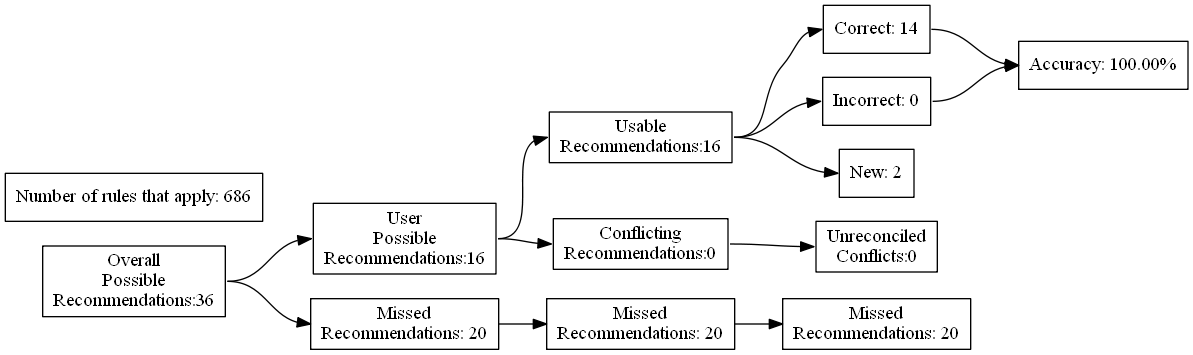
Before: test_renders/114.gv.png, a diagram exported from Graphviz (ZaxR/ibd_diet_analysis). Its source is kept beside it as test_renders/114.gv. The source it was exported from:
```dot
digraph {
	graph [rankdir=LR]
	node [pos=r shape=box]
	edge [headport=w tailport=e]
		A [label="Overall
Possible
Recommendations:36"]
		B [label="User
Possible
Recommendations:16"]
		C [label="Missed
Recommendations: 20"]
		D [label="Usable
Recommendations:16"]
		E [label="Conflicting
Recommendations:0"]
		J [label="Missed
Recommendations: 20"]
		M [label="Unreconciled
Conflicts:0"]
		F [label="Correct: 14"]
		G [label="Incorrect: 0"]
		H [label="New: 2"]
		K [label="Missed
Recommendations: 20"]
		I [label="Accuracy: 100.00%"]
		l [label="Number of rules that apply: 686"]
			A -> B
			A -> C
			B -> D
			B -> E
			D -> F
			D -> G
			D -> H
			F -> I
			G -> I
			C -> J
			J -> K
			E -> M
}
```
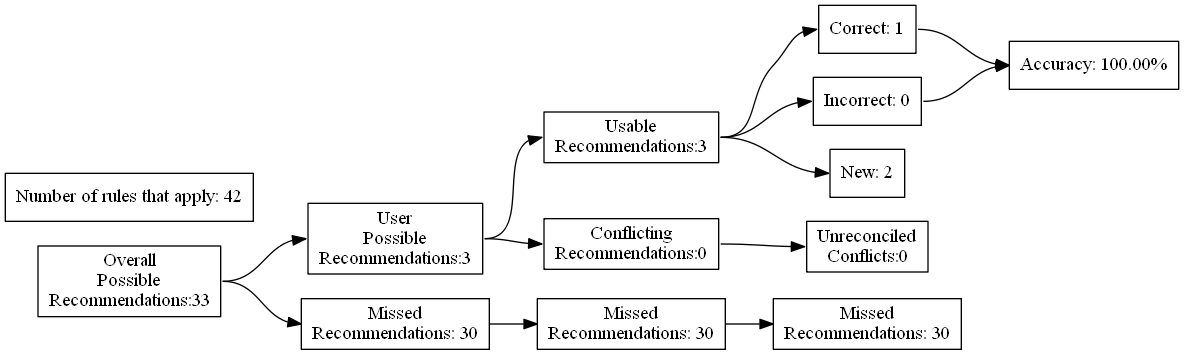
Above is the later version.

Diff of the diagram source:
```diff
@@ -4,27 +4,27 @@
 	edge [headport=w tailport=e]
 		A [label="Overall
 Possible
-Recommendations:36"]
+Recommendations:33"]
 		B [label="User
 Possible
-Recommendations:16"]
+Recommendations:3"]
 		C [label="Missed
-Recommendations: 20"]
+Recommendations: 30"]
 		D [label="Usable
-Recommendations:16"]
+Recommendations:3"]
 		E [label="Conflicting
 Recommendations:0"]
 		J [label="Missed
-Recommendations: 20"]
+Recommendations: 30"]
 		M [label="Unreconciled
 Conflicts:0"]
-		F [label="Correct: 14"]
+		F [label="Correct: 1"]
 		G [label="Incorrect: 0"]
 		H [label="New: 2"]
 		K [label="Missed
-Recommendations: 20"]
+Recommendations: 30"]
 		I [label="Accuracy: 100.00%"]
-		l [label="Number of rules that apply: 686"]
+		l [label="Number of rules that apply: 42"]
 			A -> B
 			A -> C
 			B -> D
```
